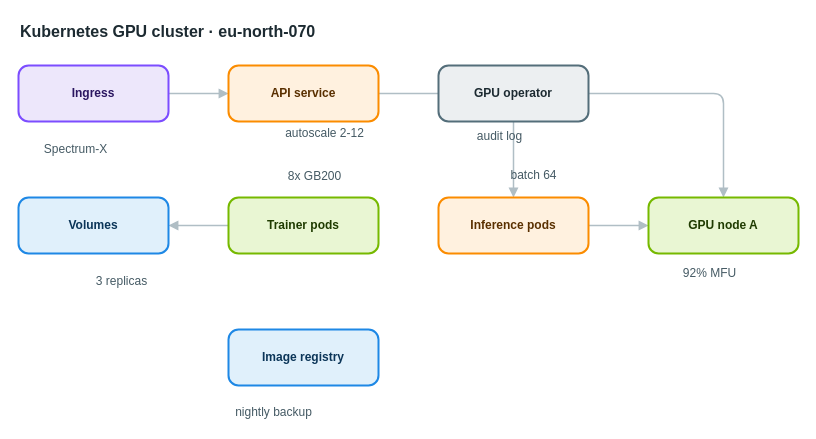
Earlier version of the draw.io diagram apps/web/public/samples/library/070-kubernetes-gpu-cluster.drawio (AryanG01/open-apprentice). Source tidied: cells renumbered, new cells numbered last; positions are measured from the earlier drawing's top-left corner, leaving out a move shared by most shapes. Both pictures are drawn from the tidied source at 100%, with x=0, y=0 at pixel (18, 17).
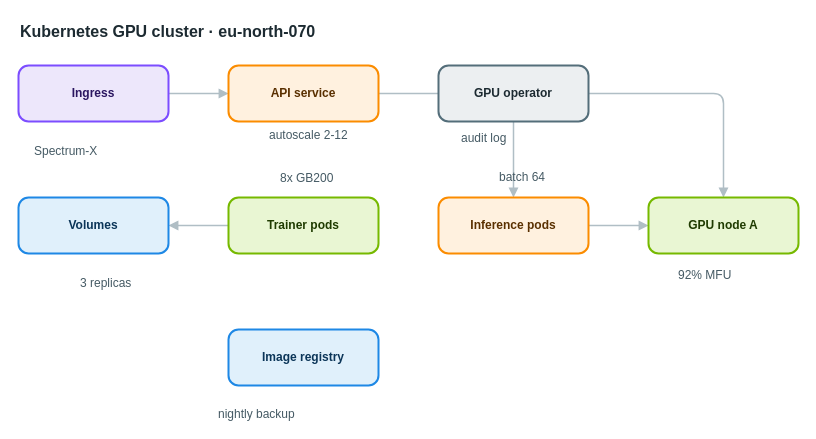
The same diagram, later.

What changed in the source:
```diff
@@
-    <mxCell id="16" value="Spectrum-X" style="text;html=1;align=center;verticalAlign=middle;whiteSpace=nowrap;strokeColor=none;fillColor=none;fontSize=12;fontColor=#455a64;" parent="1" vertex="1">
+    <mxCell id="16" value="Spectrum-X" style="text;html=1;align=left;verticalAlign=top;whiteSpace=nowrap;spacing=0;spacingTop=0;strokeColor=none;fillColor=none;fontSize=12;fontColor=#455a64;" parent="1" vertex="1">
       <mxGeometry x="16" y="122" width="82" height="20" as="geometry" />
     </mxCell>
-    <mxCell id="17" value="autoscale 2-12" style="text;html=1;align=center;verticalAlign=middle;whiteSpace=nowrap;strokeColor=none;fillColor=none;fontSize=12;fontColor=#455a64;" parent="1" vertex="1">
+    <mxCell id="17" value="autoscale 2-12" style="text;html=1;align=left;verticalAlign=top;whiteSpace=nowrap;spacing=0;spacingTop=0;strokeColor=none;fillColor=none;fontSize=12;fontColor=#455a64;" parent="1" vertex="1">
       <mxGeometry x="251" y="106" width="110" height="20" as="geometry" />
     </mxCell>
-    <mxCell id="18" value="audit log" style="text;html=1;align=center;verticalAlign=middle;whiteSpace=nowrap;strokeColor=none;fillColor=none;fontSize=12;fontColor=#455a64;" parent="1" vertex="1">
+    <mxCell id="18" value="audit log" style="text;html=1;align=left;verticalAlign=top;whiteSpace=nowrap;spacing=0;spacingTop=0;strokeColor=none;fillColor=none;fontSize=12;fontColor=#455a64;" parent="1" vertex="1">
       <mxGeometry x="443" y="109" width="75" height="20" as="geometry" />
     </mxCell>
-    <mxCell id="19" value="8x GB200" style="text;html=1;align=center;verticalAlign=middle;whiteSpace=nowrap;strokeColor=none;fillColor=none;fontSize=12;fontColor=#455a64;" parent="1" vertex="1">
+    <mxCell id="19" value="8x GB200" style="text;html=1;align=left;verticalAlign=top;whiteSpace=nowrap;spacing=0;spacingTop=0;strokeColor=none;fillColor=none;fontSize=12;fontColor=#455a64;" parent="1" vertex="1">
       <mxGeometry x="262" y="149" width="68" height="20" as="geometry" />
     </mxCell>
-    <mxCell id="20" value="batch 64" style="text;html=1;align=center;verticalAlign=middle;whiteSpace=nowrap;strokeColor=none;fillColor=none;fontSize=12;fontColor=#455a64;" parent="1" vertex="1">
+    <mxCell id="20" value="batch 64" style="text;html=1;align=left;verticalAlign=top;whiteSpace=nowrap;spacing=0;spacingTop=0;strokeColor=none;fillColor=none;fontSize=12;fontColor=#455a64;" parent="1" vertex="1">
       <mxGeometry x="481" y="148" width="68" height="20" as="geometry" />
     </mxCell>
-    <mxCell id="21" value="92% MFU" style="text;html=1;align=center;verticalAlign=middle;whiteSpace=nowrap;strokeColor=none;fillColor=none;fontSize=12;fontColor=#455a64;" parent="1" vertex="1">
+    <mxCell id="21" value="92% MFU" style="text;html=1;align=left;verticalAlign=top;whiteSpace=nowrap;spacing=0;spacingTop=0;strokeColor=none;fillColor=none;fontSize=12;fontColor=#455a64;" parent="1" vertex="1">
       <mxGeometry x="660" y="246" width="61" height="20" as="geometry" />
     </mxCell>
-    <mxCell id="22" value="3 replicas" style="text;html=1;align=center;verticalAlign=middle;whiteSpace=nowrap;strokeColor=none;fillColor=none;fontSize=12;fontColor=#455a64;" parent="1" vertex="1">
+    <mxCell id="22" value="3 replicas" style="text;html=1;align=left;verticalAlign=top;whiteSpace=nowrap;spacing=0;spacingTop=0;strokeColor=none;fillColor=none;fontSize=12;fontColor=#455a64;" parent="1" vertex="1">
       <mxGeometry x="62" y="254" width="82" height="20" as="geometry" />
     </mxCell>
-    <mxCell id="23" value="nightly backup" style="text;html=1;align=center;verticalAlign=middle;whiteSpace=nowrap;strokeColor=none;fillColor=none;fontSize=12;fontColor=#455a64;" parent="1" vertex="1">
+    <mxCell id="23" value="nightly backup" style="text;html=1;align=left;verticalAlign=top;whiteSpace=nowrap;spacing=0;spacingTop=0;strokeColor=none;fillColor=none;fontSize=12;fontColor=#455a64;" parent="1" vertex="1">
       <mxGeometry x="200" y="385" width="110" height="20" as="geometry" />
     </mxCell>
```
